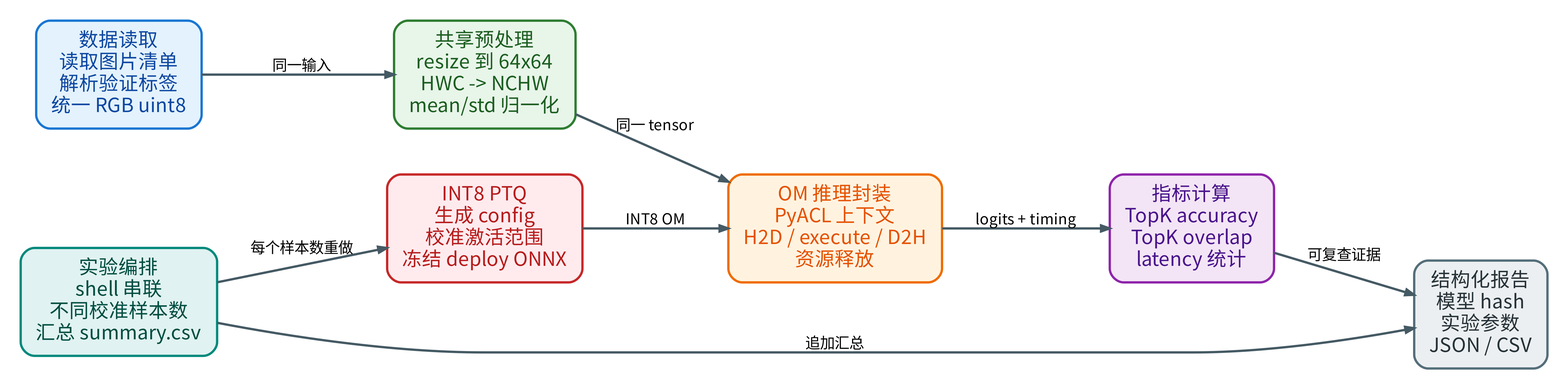
Before: src/book/img8/chapter8_sample_structure.png, a diagram exported from Graphviz (zhouxzh/Ascend310). Its source is kept beside it as src/book/img8/chapter8_sample_structure.dot.
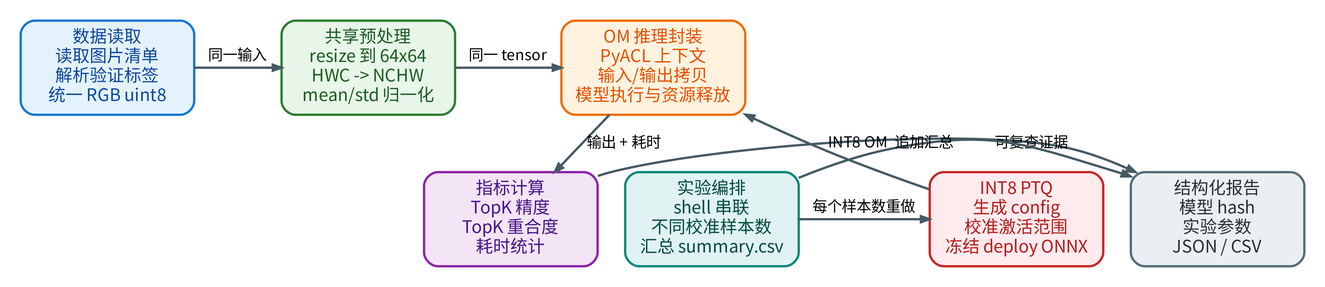
The same diagram one commit later.

Change to the diagram source:
```diff
@@ -1,20 +1,21 @@
 digraph chapter8_sample_structure {
     graph [
-        rankdir=LR,
+        rankdir=TB,
         bgcolor="transparent",
         dpi=300,
         pad=0.25,
-        nodesep=0.55,
-        ranksep=0.8
+        nodesep=0.34,
+        ranksep=0.5
     ];
 
     node [
         shape=box,
         style="rounded,filled",
         fontname="Noto Sans CJK SC",
-        fontsize=17,
-        margin="0.18,0.12",
-        penwidth=2
+        fontsize=15,
+        margin="0.16,0.10",
+        penwidth=2,
+        width=2.1
     ];
 
     edge [
@@ -40,14 +41,14 @@
     ];
 
     runner [
-        label="OM 推理封装\nPyACL 上下文\nH2D / execute / D2H\n资源释放",
+        label="OM 推理封装\nPyACL 上下文\n输入/输出拷贝\n模型执行与资源释放",
         fillcolor="#FFF3E0",
         color="#EF6C00",
         fontcolor="#E65100"
     ];
 
     metrics [
-        label="指标计算\nTopK accuracy\nTopK overlap\nlatency 统计",
+        label="指标计算\nTopK 精度\nTopK 重合度\n耗时统计",
         fillcolor="#F3E5F5",
         color="#8E24AA",
         fontcolor="#4A148C"
@@ -74,9 +75,12 @@
         fontcolor="#004D40"
     ];
 
+    { rank=same; data; preprocess; runner; }
+    { rank=same; metrics; report; amct; sweep; }
+
     data -> preprocess [label="同一输入"];
     preprocess -> runner [label="同一 tensor"];
-    runner -> metrics [label="logits + timing"];
+    runner -> metrics [label="输出 + 耗时"];
     metrics -> report [label="可复查证据"];
 
     amct -> runner [label="INT8 OM"];
```
